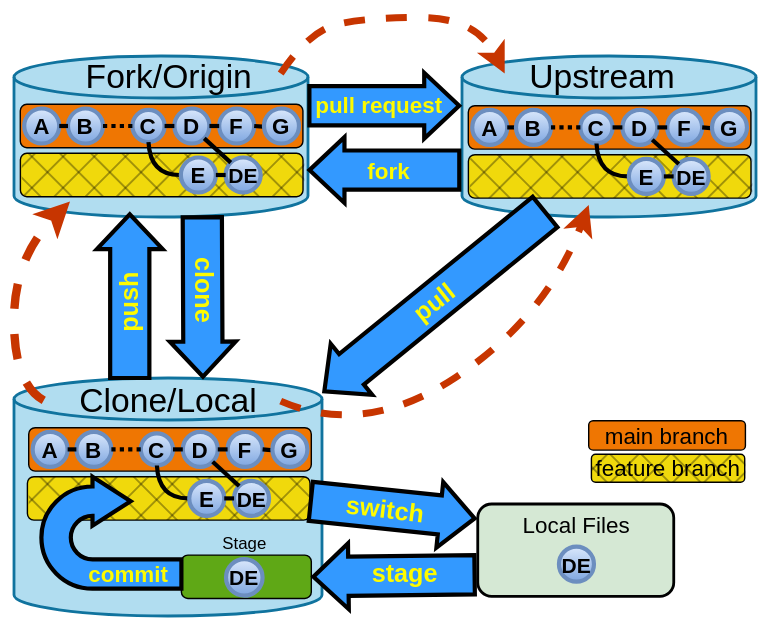
Earlier version of the draw.io export materials/images/BaseDiagram.svg (HFOSSedu/GitKit-Codespace). Source tidied: cells renumbered, new cells last; positions are measured from the earlier drawing's top-left corner, leaving out a move shared by most shapes.
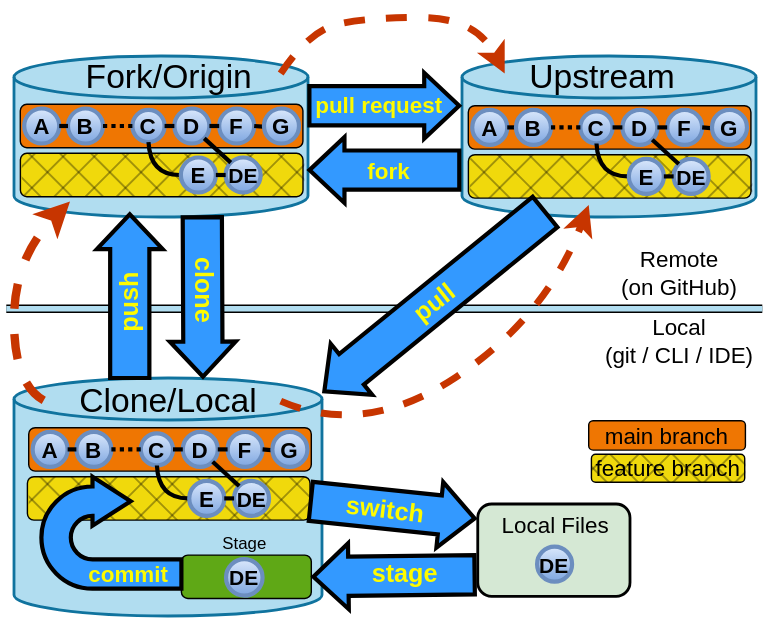
Above is the later version.

Change to the diagram source:
```diff
@@ -2,6 +2,12 @@
   <root>
     <mxCell id="0" />
     <mxCell id="1" parent="0" />
+    <mxCell id="111" style="endArrow=none;html=1;rounded=1;labelBackgroundColor=none;strokeWidth=1;curved=0;endFill=0;shape=pipe;fillColor=light-dark(#b1ddf0, #1d293b);strokeColor=light-dark(#000000, #5c79a3);" parent="1" edge="1">
+      <mxGeometry relative="1" as="geometry">
+        <mxPoint x="4" y="220" as="sourcePoint" />
+        <mxPoint x="544" y="220" as="targetPoint" />
+      </mxGeometry>
+    </mxCell>
     <mxCell id="2" style="rounded=0;whiteSpace=wrap;html=1;strokeColor=none;fillColor=none;" parent="1" vertex="1">
       <mxGeometry width="10" height="10" as="geometry" />
     </mxCell>
@@ -349,13 +355,13 @@
       <mxGeometry x="245" y="349" width="60" height="30" as="geometry" />
     </mxCell>
     <mxCell id="98" style="rounded=1;whiteSpace=wrap;html=1;fillColor=#d5e8d4;strokeColor=default;strokeWidth=2;" parent="1" vertex="1">
-      <mxGeometry x="341.2" y="360" width="140" height="66" as="geometry" />
+      <mxGeometry x="341.2" y="360" width="108.8" height="66" as="geometry" />
     </mxCell>
     <mxCell id="99" value="Local Files" style="text;html=1;strokeColor=none;fillColor=none;align=center;verticalAlign=middle;rounded=0;fontSize=16;fontStyle=0;fontColor=light-dark(#000000, #ededed);spacing=0;rotation=0;" parent="1" vertex="1">
-      <mxGeometry x="381.3" y="360" width="60" height="30" as="geometry" />
+      <mxGeometry x="365.6" y="360" width="60" height="30" as="geometry" />
     </mxCell>
     <mxCell id="100" value="&lt;font style=&quot;font-size: 15px;&quot;&gt;DE&lt;/font&gt;" style="ellipse;whiteSpace=wrap;html=1;fillColor=#dae8fc;fontSize=16;fontStyle=1;gradientColor=#7ea6e0;strokeColor=#6c8ebf;strokeWidth=3;" parent="1" vertex="1">
-      <mxGeometry x="398.8" y="390" width="25" height="25" as="geometry" />
+      <mxGeometry x="383.1" y="390" width="25" height="25" as="geometry" />
     </mxCell>
     <mxCell id="101" style="shape=flexArrow;endArrow=classic;rounded=0;fillColor=#3399FF;width=26;endSize=7.33;endWidth=16;fontSize=21;labelBackgroundColor=none;fontColor=light-dark(#fefb00, #ededed);fontStyle=1;textDirection=ltr;strokeWidth=3;html=1;horizontal=1;spacingTop=30;entryX=1;entryY=0.5;entryDx=0;entryDy=0;" parent="1" edge="1" target="9">
       <mxGeometry x="-0.3" y="3" relative="1" as="geometry">
@@ -401,5 +407,11 @@
     <mxCell id="110" value="feature branch" style="rounded=1;whiteSpace=wrap;html=1;labelBackgroundColor=none;labelBorderColor=none;fillColor=light-dark(#000000,#000000);fontColor=default;strokeColor=none;fillStyle=cross-hatch;opacity=90;fontSize=16;" parent="108" vertex="1">
       <mxGeometry width="110" height="20" as="geometry" />
     </mxCell>
+    <mxCell id="112" value="Remote&lt;br&gt;(on GitHub)" style="text;html=1;whiteSpace=wrap;strokeColor=none;fillColor=none;align=center;verticalAlign=middle;rounded=0;fontSize=16;" parent="1" vertex="1">
+      <mxGeometry x="440" y="180" width="90" height="30" as="geometry" />
+    </mxCell>
+    <mxCell id="113" value="Local&lt;br&gt;(git / CLI / IDE)" style="text;html=1;whiteSpace=wrap;strokeColor=none;fillColor=none;align=center;verticalAlign=middle;rounded=0;fontSize=16;" parent="1" vertex="1">
+      <mxGeometry x="430" y="228.4" width="110" height="30" as="geometry" />
+    </mxCell>
   </root>
 </mxGraphModel>
```
